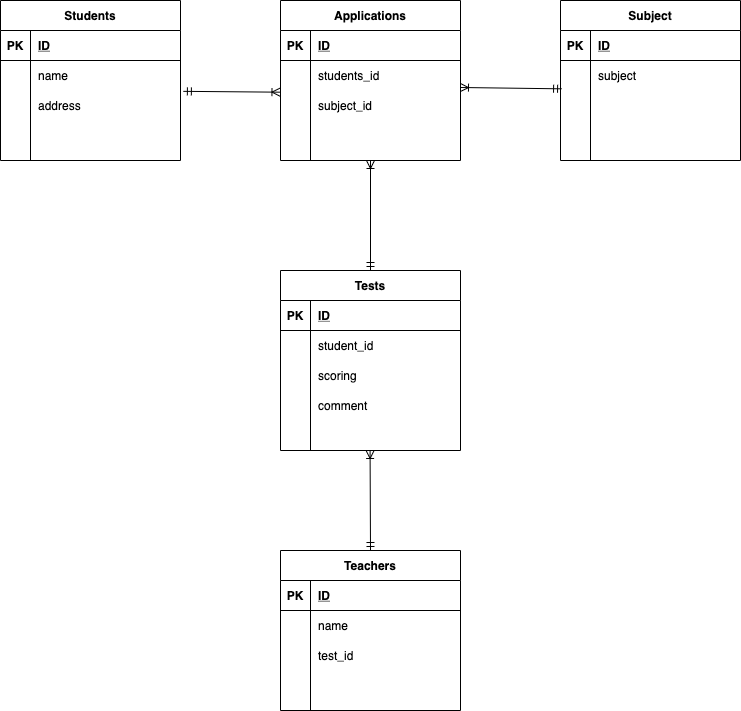
This is index.drawio.png from ReikaNoda/20211209, a draw.io export, as it was before one commit. Source tidied: cells renumbered, new cells last; positions are measured from the earlier drawing's top-left corner, leaving out a move shared by most shapes.
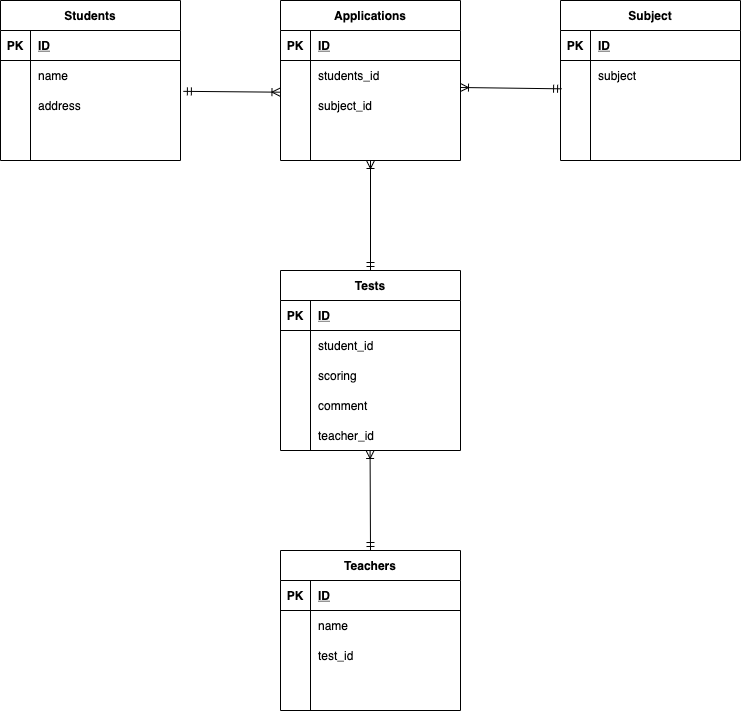
Above is the later version.

The edit, as a diff of the source:
```diff
@@ -217,5 +217,8 @@
         <mxPoint x="369.6" y="450" as="targetPoint" />
       </mxGeometry>
     </mxCell>
+    <mxCell id="72" value="teacher_id" style="shape=partialRectangle;fillColor=none;top=0;left=0;bottom=0;right=0;align=left;spacingLeft=6;overflow=hidden;" parent="1" vertex="1">
+      <mxGeometry x="310" y="420" width="150" height="30" as="geometry" />
+    </mxCell>
   </root>
 </mxGraphModel>
```
